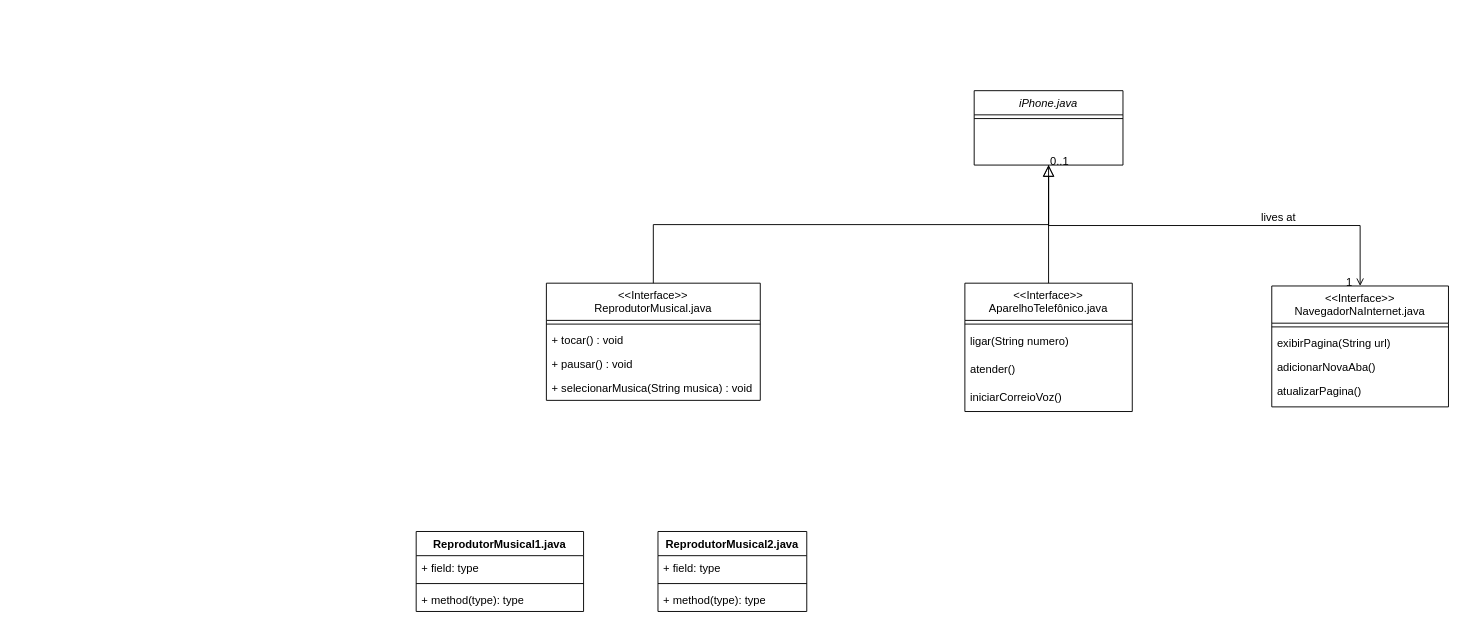
PedroOttoni/Desafio-Modelando-o-iPhone-com-UML keeps this draw.io diagram as Diagrama UML iPhone.drawio. Above is the earlier version. Source tidied: cells renumbered, new cells numbered last; positions are measured from the earlier drawing's top-left corner, leaving out a move shared by most shapes. Both pictures are drawn from the tidied source at 93%, with x=0, y=0 at pixel (416, 90).
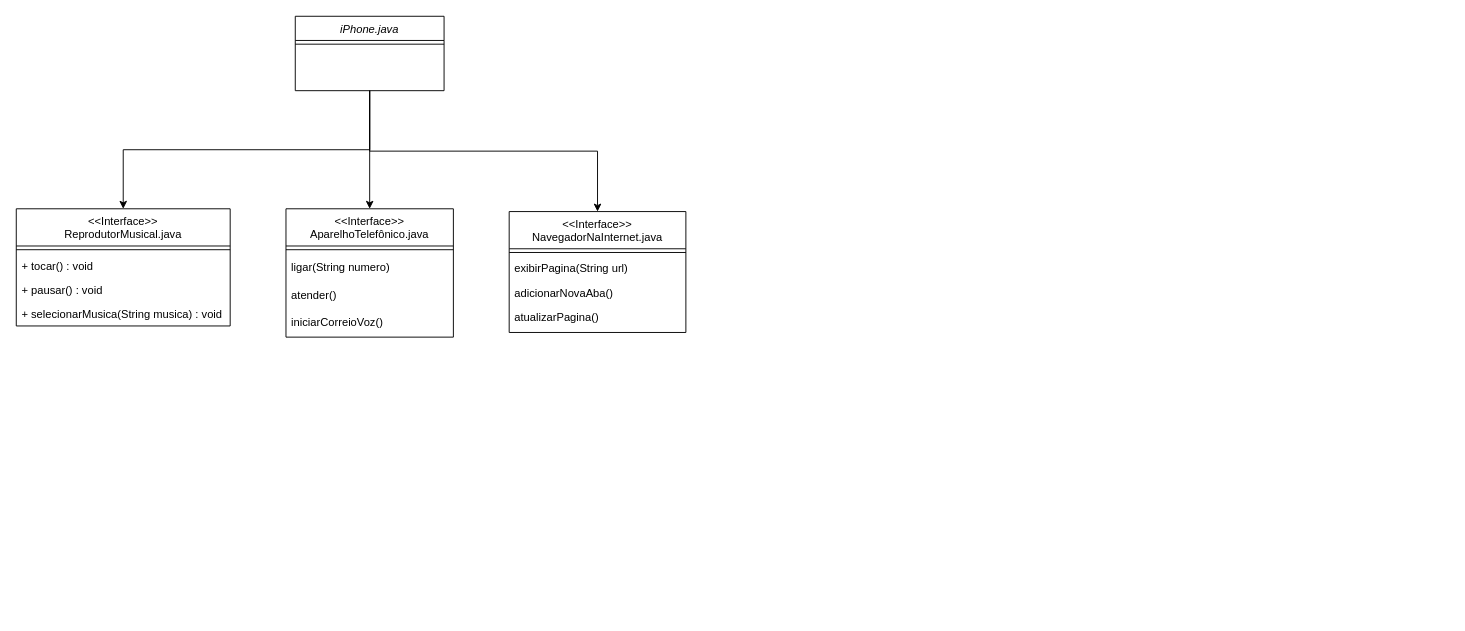
The same diagram, later.

What changed in the source:
```diff
@@
+    <mxCell id="33" style="edgeStyle=orthogonalEdgeStyle;rounded=0;jettySize=auto;html=1;entryX=0.5;entryY=0;entryDx=0;entryDy=0;exitX=0.5;exitY=1;exitDx=0;exitDy=0;" parent="1" edge="1" source="2" target="4">
+      <mxGeometry relative="1" as="geometry" />
+    </mxCell>
+    <mxCell id="21" style="edgeStyle=orthogonalEdgeStyle;rounded=0;jettySize=auto;html=1;exitX=0.5;exitY=1;exitDx=0;exitDy=0;" parent="1" edge="1" source="2" target="16">
+      <mxGeometry relative="1" as="geometry" />
+    </mxCell>
     <mxCell id="2" value="iPhone.java" style="swimlane;fontStyle=2;align=center;verticalAlign=top;horizontal=1;startSize=26;rounded=0;shadow=0;strokeWidth=1;" parent="1" vertex="1">
-      <mxGeometry x="600" width="160" height="80" as="geometry" />
+      <mxGeometry x="-130" y="-80" width="160" height="80" as="geometry" />
     </mxCell>
@@
     <mxCell id="4" value="&lt;&lt;Interface&gt;&gt;&#10;ReprodutorMusical.java" style="swimlane;fontStyle=0;align=center;verticalAlign=top;horizontal=1;startSize=40;rounded=0;shadow=0;strokeWidth=1;" parent="1" vertex="1">
-      <mxGeometry x="140" y="207" width="230" height="126" as="geometry" />
+      <mxGeometry x="-430" y="127" width="230" height="126" as="geometry" />
     </mxCell>
@@
-    <mxCell id="9" style="endArrow=block;endSize=10;endFill=0;shadow=0;strokeWidth=1;rounded=0;curved=0;edgeStyle=elbowEdgeStyle;elbow=vertical;" parent="1" edge="1" source="4" target="2">
-      <mxGeometry relative="1" as="geometry" />
-    </mxCell>
     <mxCell id="10" value="&lt;&lt;Interface&gt;&gt;&#10;AparelhoTelefônico.java" style="swimlane;fontStyle=0;align=center;verticalAlign=top;horizontal=1;startSize=40;rounded=0;shadow=0;strokeWidth=1;" parent="1" vertex="1">
-      <mxGeometry x="590" y="207" width="180" height="138" as="geometry" />
+      <mxGeometry x="-140" y="127" width="180" height="138" as="geometry" />
     </mxCell>
@@
-    <mxCell id="15" style="endArrow=block;endSize=10;endFill=0;shadow=0;strokeWidth=1;rounded=0;curved=0;edgeStyle=elbowEdgeStyle;elbow=vertical;" parent="1" edge="1" source="10" target="2">
-      <mxGeometry relative="1" as="geometry" />
-    </mxCell>
     <mxCell id="16" value="&lt;&lt;Interface&gt;&gt;&#10;NavegadorNaInternet.java" style="swimlane;fontStyle=0;align=center;verticalAlign=top;horizontal=1;startSize=40;rounded=0;shadow=0;strokeWidth=1;" parent="1" vertex="1">
-      <mxGeometry x="920" y="210" width="190" height="130" as="geometry" />
+      <mxGeometry x="100" y="130" width="190" height="130" as="geometry" />
     </mxCell>
@@
-    <mxCell id="21" style="endArrow=open;shadow=0;strokeWidth=1;rounded=0;curved=0;endFill=1;edgeStyle=elbowEdgeStyle;elbow=vertical;" parent="1" edge="1" source="2" target="16">
-      <mxGeometry x="0.5" y="41" relative="1" as="geometry">
-        <mxPoint x="-40" y="32" as="offset" />
-      </mxGeometry>
-    </mxCell>
-    <mxCell id="22" value="0..1" style="align=left;verticalAlign=bottom;labelBackgroundColor=none;fontSize=12;" parent="21" vertex="1">
-      <mxGeometry x="-1" relative="1" as="geometry">
-        <mxPoint y="4" as="offset" />
-      </mxGeometry>
-    </mxCell>
-    <mxCell id="23" value="1" style="align=right;verticalAlign=bottom;labelBackgroundColor=none;fontSize=12;" parent="21" vertex="1">
-      <mxGeometry x="1" relative="1" as="geometry">
-        <mxPoint x="-7" y="4" as="offset" />
-      </mxGeometry>
-    </mxCell>
-    <mxCell id="24" value="lives at" style="text;html=1;align=center;verticalAlign=middle;labelBackgroundColor=none;rounded=0;shadow=0;strokeWidth=1;fontSize=12;" parent="21" vertex="1">
-      <mxGeometry x="0.5" y="49" relative="1" as="geometry">
-        <mxPoint x="-38" y="40" as="offset" />
-      </mxGeometry>
-    </mxCell>
-    <mxCell id="25" value="ReprodutorMusical1.java" style="swimlane;fontStyle=1;align=center;verticalAlign=top;horizontal=1;startSize=26;whiteSpace=wrap;html=1;rounded=0;shadow=0;strokeColor=default;strokeWidth=1;fontFamily=Helvetica;fontSize=12;fontColor=default;fillColor=default;" parent="1" vertex="1">
-      <mxGeometry y="474" width="180" height="86" as="geometry" />
-    </mxCell>
-    <mxCell id="26" value="+ field: type" style="text;strokeColor=none;fillColor=none;align=left;verticalAlign=top;spacingLeft=4;spacingRight=4;overflow=hidden;whiteSpace=wrap;html=1;fontFamily=Helvetica;fontSize=12;fontColor=default;fontStyle=0;" parent="25" vertex="1">
-      <mxGeometry y="26" width="180" height="26" as="geometry" />
-    </mxCell>
-    <mxCell id="27" style="line;strokeWidth=1;fillColor=none;align=left;verticalAlign=middle;spacingTop=-1;spacingLeft=3;spacingRight=3;labelPosition=right;strokeColor=inherit;rounded=0;shadow=0;fontFamily=Helvetica;fontSize=12;fontColor=default;fontStyle=0;" parent="25" vertex="1">
-      <mxGeometry y="52" width="180" height="8" as="geometry" />
-    </mxCell>
-    <mxCell id="28" value="+ method(type): type" style="text;strokeColor=none;fillColor=none;align=left;verticalAlign=top;spacingLeft=4;spacingRight=4;overflow=hidden;whiteSpace=wrap;html=1;fontFamily=Helvetica;fontSize=12;fontColor=default;fontStyle=0;" parent="25" vertex="1">
-      <mxGeometry y="60" width="180" height="26" as="geometry" />
-    </mxCell>
-    <mxCell id="29" value="ReprodutorMusical2.java" style="swimlane;fontStyle=1;align=center;verticalAlign=top;horizontal=1;startSize=26;whiteSpace=wrap;html=1;rounded=0;shadow=0;strokeColor=default;strokeWidth=1;fontFamily=Helvetica;fontSize=12;fontColor=default;fillColor=default;" parent="1" vertex="1">
-      <mxGeometry x="260" y="474" width="160" height="86" as="geometry" />
-    </mxCell>
-    <mxCell id="30" value="+ field: type" style="text;strokeColor=none;fillColor=none;align=left;verticalAlign=top;spacingLeft=4;spacingRight=4;overflow=hidden;whiteSpace=wrap;html=1;fontFamily=Helvetica;fontSize=12;fontColor=default;fontStyle=0;" parent="29" vertex="1">
-      <mxGeometry y="26" width="160" height="26" as="geometry" />
-    </mxCell>
-    <mxCell id="31" style="line;strokeWidth=1;fillColor=none;align=left;verticalAlign=middle;spacingTop=-1;spacingLeft=3;spacingRight=3;labelPosition=right;strokeColor=inherit;rounded=0;shadow=0;fontFamily=Helvetica;fontSize=12;fontColor=default;fontStyle=0;" parent="29" vertex="1">
-      <mxGeometry y="52" width="160" height="8" as="geometry" />
-    </mxCell>
-    <mxCell id="32" value="+ method(type): type" style="text;strokeColor=none;fillColor=none;align=left;verticalAlign=top;spacingLeft=4;spacingRight=4;overflow=hidden;whiteSpace=wrap;html=1;fontFamily=Helvetica;fontSize=12;fontColor=default;fontStyle=0;" parent="29" vertex="1">
-      <mxGeometry y="60" width="160" height="26" as="geometry" />
-    </mxCell>
+    <mxCell id="34" style="edgeStyle=orthogonalEdgeStyle;rounded=0;jettySize=auto;html=1;entryX=0.5;entryY=0;entryDx=0;entryDy=0;" parent="1" edge="1" source="2" target="10">
+      <mxGeometry relative="1" as="geometry" />
+    </mxCell>
```
